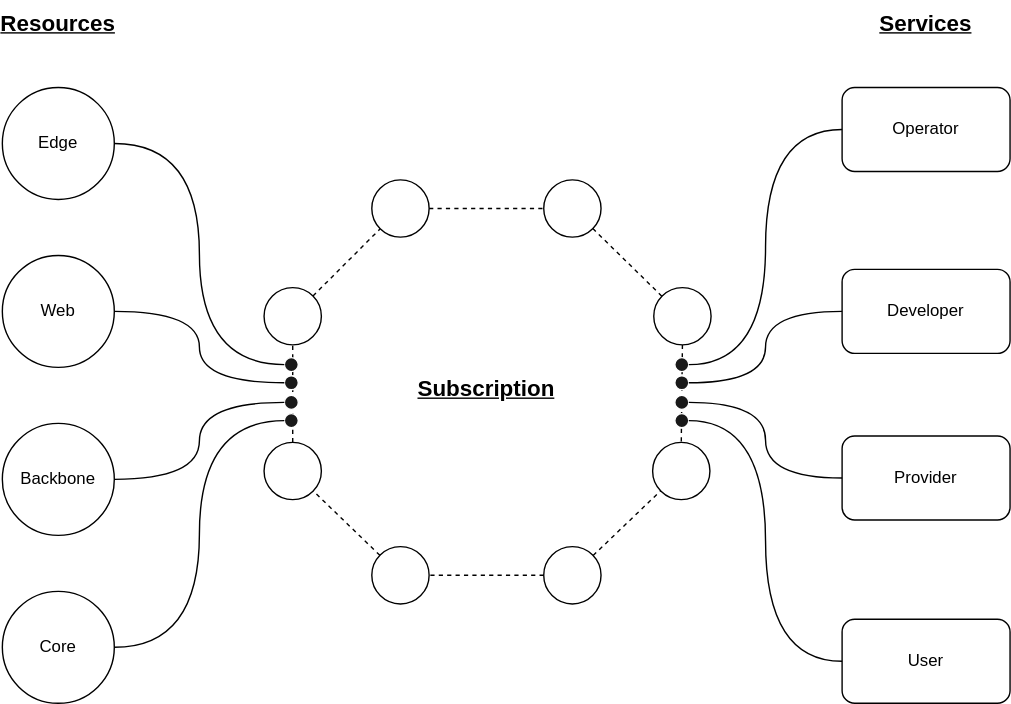
This is content/pictures/sdp-platform.svg from torstenboettjer/hcops.github.io, a draw.io export, as it was before one commit. Source tidied: cells renumbered, new cells last; positions are measured from the earlier drawing's top-left corner, leaving out a move shared by most shapes. Source of this version:
```xml
<mxGraphModel>
  <root>
    <mxCell id="0" />
    <mxCell id="1" value="Image" parent="0" />
    <mxCell id="2" style="group;fontColor=#FFFFFF;fillColor=none;strokeColor=none;" parent="1" vertex="1">
      <mxGeometry x="187" y="128" width="319.4" height="303" as="geometry" />
    </mxCell>
    <mxCell id="3" style="ellipse;whiteSpace=wrap;html=1;fontColor=#FFFFFF;strokeColor=#FFFFFF;fillColor=none;" parent="2" vertex="1">
      <mxGeometry x="77" width="40.9" height="40.9" as="geometry" />
    </mxCell>
    <mxCell id="4" style="ellipse;whiteSpace=wrap;html=1;fontColor=#FFFFFF;strokeColor=#FFFFFF;fillColor=none;" parent="2" vertex="1">
      <mxGeometry x="199.8" width="40.9" height="40.9" as="geometry" />
    </mxCell>
    <mxCell id="5" style="ellipse;whiteSpace=wrap;html=1;fontColor=#FFFFFF;strokeColor=#FFFFFF;fillColor=none;" parent="2" vertex="1">
      <mxGeometry x="77" y="262.1" width="40.9" height="40.9" as="geometry" />
    </mxCell>
    <mxCell id="6" style="ellipse;whiteSpace=wrap;html=1;fontColor=#FFFFFF;strokeColor=#FFFFFF;fillColor=none;" parent="2" vertex="1">
      <mxGeometry x="199.8" y="262.1" width="40.9" height="40.9" as="geometry" />
    </mxCell>
    <mxCell id="7" style="ellipse;whiteSpace=wrap;html=1;fontColor=#FFFFFF;strokeColor=#FFFFFF;fillColor=none;" parent="2" vertex="1">
      <mxGeometry y="77" width="40.9" height="40.9" as="geometry" />
    </mxCell>
    <mxCell id="8" style="ellipse;whiteSpace=wrap;html=1;fontColor=#FFFFFF;strokeColor=#FFFFFF;fillColor=none;" parent="2" vertex="1">
      <mxGeometry x="278.4" y="77" width="40.9" height="40.9" as="geometry" />
    </mxCell>
    <mxCell id="9" style="ellipse;whiteSpace=wrap;html=1;fontColor=#FFFFFF;strokeColor=#FFFFFF;fillColor=none;" parent="2" vertex="1">
      <mxGeometry y="187.5" width="40.9" height="40.9" as="geometry" />
    </mxCell>
    <mxCell id="10" style="ellipse;whiteSpace=wrap;html=1;fontColor=#FFFFFF;strokeColor=#FFFFFF;fillColor=none;" parent="2" vertex="1">
      <mxGeometry x="277.6" y="187.5" width="40.9" height="40.9" as="geometry" />
    </mxCell>
    <mxCell id="11" value="&lt;span style=&quot;font-family: Helvetica; font-size: 16px; font-style: normal; font-variant-ligatures: normal; font-variant-caps: normal; letter-spacing: normal; orphans: 2; text-indent: 0px; text-transform: none; widows: 2; word-spacing: 0px; -webkit-text-stroke-width: 0px; white-space: normal; float: none; display: inline !important;&quot;&gt;Subscription&lt;/span&gt;" style="text;whiteSpace=wrap;html=1;align=center;fontStyle=5;fontSize=16;fontColor=#FFFFFF;labelBackgroundColor=none;" parent="2" vertex="1">
      <mxGeometry x="118.9" y="132.5" width="80" height="40" as="geometry" />
    </mxCell>
    <mxCell id="12" style="endArrow=none;dashed=1;html=1;rounded=0;strokeColor=#FFFFFF;" parent="2" edge="1" source="7" target="3">
      <mxGeometry relative="1" as="geometry" />
    </mxCell>
    <mxCell id="13" style="endArrow=none;dashed=1;html=1;rounded=0;strokeColor=#FFFFFF;" parent="2" edge="1" source="3" target="4">
      <mxGeometry relative="1" as="geometry" />
    </mxCell>
    <mxCell id="14" style="endArrow=none;dashed=1;html=1;rounded=0;strokeColor=#FFFFFF;" parent="2" edge="1" source="4" target="8">
      <mxGeometry relative="1" as="geometry" />
    </mxCell>
    <mxCell id="15" style="endArrow=none;dashed=1;html=1;rounded=0;strokeColor=#FFFFFF;" parent="2" edge="1" source="8" target="10">
      <mxGeometry relative="1" as="geometry" />
    </mxCell>
    <mxCell id="16" style="endArrow=none;dashed=1;html=1;rounded=0;strokeColor=#FFFFFF;" parent="2" edge="1" source="6" target="10">
      <mxGeometry relative="1" as="geometry" />
    </mxCell>
    <mxCell id="17" style="endArrow=none;dashed=1;html=1;rounded=0;strokeColor=#FFFFFF;" parent="2" edge="1" source="6" target="5">
      <mxGeometry relative="1" as="geometry" />
    </mxCell>
    <mxCell id="18" style="endArrow=none;dashed=1;html=1;rounded=0;strokeColor=#FFFFFF;" parent="2" edge="1" source="5" target="9">
      <mxGeometry relative="1" as="geometry" />
    </mxCell>
    <mxCell id="19" style="endArrow=none;dashed=1;html=1;rounded=0;strokeColor=#FFFFFF;" parent="2" edge="1" source="9" target="7">
      <mxGeometry relative="1" as="geometry" />
    </mxCell>
    <mxCell id="20" value="Edge" style="ellipse;whiteSpace=wrap;html=1;fontColor=#FFFFFF;fillColor=none;strokeColor=#FFFFFF;" parent="1" vertex="1">
      <mxGeometry y="62" width="80" height="80" as="geometry" />
    </mxCell>
    <mxCell id="21" value="Web" style="ellipse;whiteSpace=wrap;html=1;fontColor=#FFFFFF;fillColor=none;strokeColor=#FFFFFF;" parent="1" vertex="1">
      <mxGeometry y="182" width="80" height="80" as="geometry" />
    </mxCell>
    <mxCell id="22" value="Backbone" style="ellipse;whiteSpace=wrap;html=1;fontColor=#FFFFFF;fillColor=none;strokeColor=#FFFFFF;" parent="1" vertex="1">
      <mxGeometry y="302" width="80" height="80" as="geometry" />
    </mxCell>
    <mxCell id="23" value="Core" style="ellipse;whiteSpace=wrap;html=1;fontColor=#FFFFFF;fillColor=none;strokeColor=#FFFFFF;" parent="1" vertex="1">
      <mxGeometry y="422" width="80" height="80" as="geometry" />
    </mxCell>
    <mxCell id="24" value="Operator" style="rounded=1;whiteSpace=wrap;html=1;fontColor=#FFFFFF;fillColor=none;strokeColor=#FFFFFF;" parent="1" vertex="1">
      <mxGeometry x="600" y="62" width="120" height="60" as="geometry" />
    </mxCell>
    <mxCell id="25" value="Developer" style="rounded=1;whiteSpace=wrap;html=1;fontColor=#FFFFFF;fillColor=none;strokeColor=#FFFFFF;" parent="1" vertex="1">
      <mxGeometry x="600" y="192" width="120" height="60" as="geometry" />
    </mxCell>
    <mxCell id="26" value="Provider" style="rounded=1;whiteSpace=wrap;html=1;fontColor=#FFFFFF;fillColor=none;strokeColor=#FFFFFF;" parent="1" vertex="1">
      <mxGeometry x="600" y="311" width="120" height="60" as="geometry" />
    </mxCell>
    <mxCell id="27" value="User" style="rounded=1;whiteSpace=wrap;html=1;fontColor=#FFFFFF;fillColor=none;strokeColor=#FFFFFF;" parent="1" vertex="1">
      <mxGeometry x="600" y="442" width="120" height="60" as="geometry" />
    </mxCell>
    <mxCell id="28" value="&lt;span style=&quot;font-family: Helvetica; font-size: 16px; font-style: normal; font-variant-ligatures: normal; font-variant-caps: normal; letter-spacing: normal; orphans: 2; text-indent: 0px; text-transform: none; widows: 2; word-spacing: 0px; -webkit-text-stroke-width: 0px; white-space: normal; float: none; display: inline !important;&quot;&gt;Resources&lt;/span&gt;" style="text;whiteSpace=wrap;html=1;align=center;fontStyle=5;fontSize=16;fontColor=#FFFFFF;labelBackgroundColor=none;" parent="1" vertex="1">
      <mxGeometry width="80" height="40" as="geometry" />
    </mxCell>
    <mxCell id="29" value="&lt;span style=&quot;font-family: Helvetica; font-size: 16px; font-style: normal; font-variant-ligatures: normal; font-variant-caps: normal; letter-spacing: normal; orphans: 2; text-indent: 0px; text-transform: none; widows: 2; word-spacing: 0px; -webkit-text-stroke-width: 0px; white-space: normal; float: none; display: inline !important;&quot;&gt;Services&lt;/span&gt;" style="text;whiteSpace=wrap;html=1;align=center;fontStyle=5;fontSize=16;fontColor=#FFFFFF;labelBackgroundColor=none;" parent="1" vertex="1">
      <mxGeometry x="620" width="80" height="40" as="geometry" />
    </mxCell>
    <mxCell id="30" style="group;fontColor=#FFFFFF;" parent="1" vertex="1">
      <mxGeometry x="201.5" y="255" width="10" height="50" as="geometry" />
    </mxCell>
    <mxCell id="31" style="ellipse;whiteSpace=wrap;html=1;fillColor=#E6E6E6;fontColor=#FFFFFF;" parent="30" vertex="1">
      <mxGeometry y="13" width="10" height="10" as="geometry" />
    </mxCell>
    <mxCell id="32" style="ellipse;whiteSpace=wrap;html=1;fillColor=#E6E6E6;fontColor=#FFFFFF;" parent="30" vertex="1">
      <mxGeometry y="27" width="10" height="10" as="geometry" />
    </mxCell>
    <mxCell id="33" style="ellipse;whiteSpace=wrap;html=1;fillColor=#E6E6E6;fontColor=#FFFFFF;" parent="30" vertex="1">
      <mxGeometry y="40" width="10" height="10" as="geometry" />
    </mxCell>
    <mxCell id="34" style="ellipse;whiteSpace=wrap;html=1;fillColor=#E6E6E6;fontColor=#FFFFFF;" parent="30" vertex="1">
      <mxGeometry width="10" height="10" as="geometry" />
    </mxCell>
    <mxCell id="35" style="group;fontColor=#FFFFFF;" parent="1" vertex="1">
      <mxGeometry x="480.5" y="255" width="10" height="50" as="geometry" />
    </mxCell>
    <mxCell id="36" style="ellipse;whiteSpace=wrap;html=1;fillColor=#E6E6E6;fontColor=#FFFFFF;" parent="35" vertex="1">
      <mxGeometry y="13" width="10" height="10" as="geometry" />
    </mxCell>
    <mxCell id="37" style="ellipse;whiteSpace=wrap;html=1;fillColor=#E6E6E6;fontColor=#FFFFFF;" parent="35" vertex="1">
      <mxGeometry y="27" width="10" height="10" as="geometry" />
    </mxCell>
    <mxCell id="38" style="ellipse;whiteSpace=wrap;html=1;fillColor=#E6E6E6;fontColor=#FFFFFF;" parent="35" vertex="1">
      <mxGeometry y="40" width="10" height="10" as="geometry" />
    </mxCell>
    <mxCell id="39" style="ellipse;whiteSpace=wrap;html=1;fillColor=#E6E6E6;fontColor=#FFFFFF;" parent="35" vertex="1">
      <mxGeometry width="10" height="10" as="geometry" />
    </mxCell>
    <mxCell id="40" style="edgeStyle=orthogonalEdgeStyle;rounded=0;jettySize=auto;html=1;exitX=1;exitY=0.5;exitDx=0;exitDy=0;entryX=0;entryY=0.5;entryDx=0;entryDy=0;curved=1;endSize=4;startSize=4;endArrow=none;endFill=0;fontColor=#FFFFFF;strokeColor=#FFFFFF;" parent="1" edge="1" source="36" target="25">
      <mxGeometry relative="1" as="geometry" />
    </mxCell>
    <mxCell id="41" style="edgeStyle=orthogonalEdgeStyle;rounded=0;jettySize=auto;html=1;exitX=1;exitY=0.5;exitDx=0;exitDy=0;entryX=0;entryY=0.5;entryDx=0;entryDy=0;curved=1;endSize=4;endArrow=none;endFill=0;fontColor=#FFFFFF;strokeColor=#FFFFFF;" parent="1" edge="1" source="39" target="24">
      <mxGeometry relative="1" as="geometry" />
    </mxCell>
    <mxCell id="42" style="edgeStyle=orthogonalEdgeStyle;rounded=0;jettySize=auto;html=1;exitX=1;exitY=0.5;exitDx=0;exitDy=0;entryX=0;entryY=0.5;entryDx=0;entryDy=0;curved=1;endSize=4;startSize=4;endArrow=none;endFill=0;fontColor=#FFFFFF;strokeColor=#FFFFFF;" parent="1" edge="1" source="37" target="26">
      <mxGeometry relative="1" as="geometry" />
    </mxCell>
    <mxCell id="43" style="edgeStyle=orthogonalEdgeStyle;rounded=0;jettySize=auto;html=1;exitX=1;exitY=0.5;exitDx=0;exitDy=0;entryX=0;entryY=0.5;entryDx=0;entryDy=0;curved=1;endSize=4;startSize=4;endArrow=none;endFill=0;fontColor=#FFFFFF;strokeColor=#FFFFFF;" parent="1" edge="1" source="38" target="27">
      <mxGeometry relative="1" as="geometry" />
    </mxCell>
    <mxCell id="44" style="edgeStyle=orthogonalEdgeStyle;rounded=0;jettySize=auto;html=1;entryX=0;entryY=0.5;entryDx=0;entryDy=0;curved=1;endSize=4;endArrow=none;endFill=0;fontColor=#FFFFFF;strokeColor=#FFFFFF;" parent="1" edge="1" source="20" target="34">
      <mxGeometry relative="1" as="geometry" />
    </mxCell>
    <mxCell id="45" style="edgeStyle=orthogonalEdgeStyle;rounded=0;jettySize=auto;html=1;entryX=0;entryY=0.5;entryDx=0;entryDy=0;curved=1;endSize=4;endArrow=none;endFill=0;fontColor=#FFFFFF;strokeColor=#FFFFFF;" parent="1" edge="1" source="21" target="31">
      <mxGeometry relative="1" as="geometry" />
    </mxCell>
    <mxCell id="46" style="edgeStyle=orthogonalEdgeStyle;rounded=0;jettySize=auto;html=1;entryX=0;entryY=0.5;entryDx=0;entryDy=0;curved=1;endSize=4;endArrow=none;endFill=0;fontColor=#FFFFFF;strokeColor=#FFFFFF;" parent="1" edge="1" source="22" target="32">
      <mxGeometry relative="1" as="geometry" />
    </mxCell>
    <mxCell id="47" style="edgeStyle=orthogonalEdgeStyle;rounded=0;jettySize=auto;html=1;entryX=0;entryY=0.5;entryDx=0;entryDy=0;curved=1;endSize=4;endArrow=none;endFill=0;fontColor=#FFFFFF;strokeColor=#FFFFFF;" parent="1" edge="1" source="23" target="33">
      <mxGeometry relative="1" as="geometry" />
    </mxCell>
  </root>
</mxGraphModel>
```
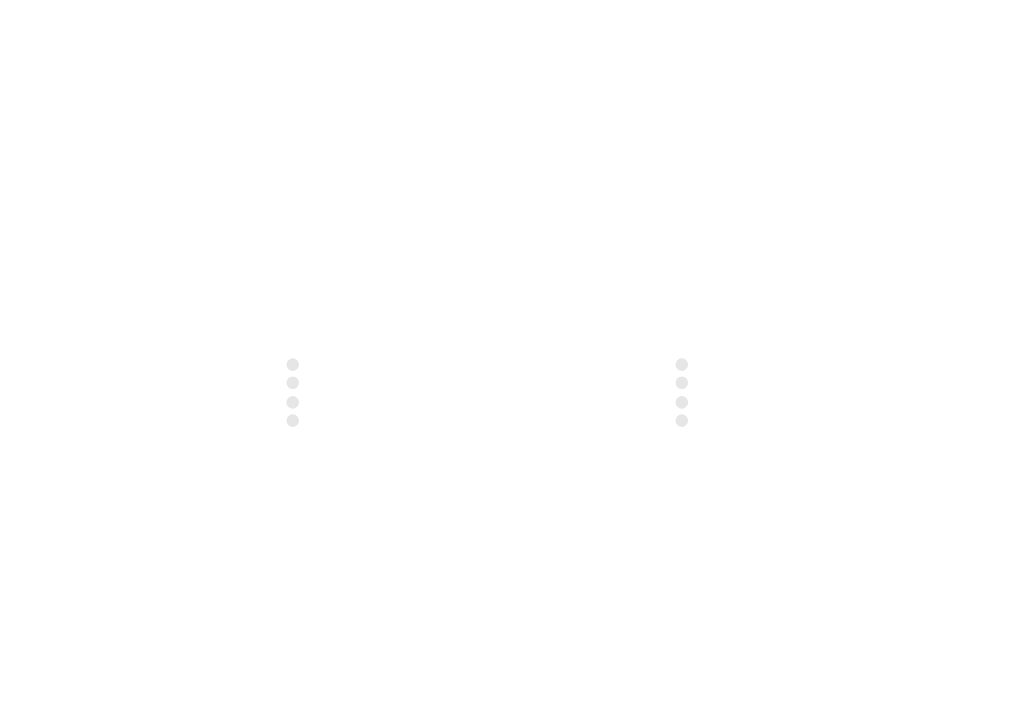
After the change.

Change to the diagram source:
```diff
@@ -87,33 +87,33 @@
       <mxGeometry x="620" width="80" height="40" as="geometry" />
     </mxCell>
     <mxCell id="30" style="group;fontColor=#FFFFFF;" parent="1" vertex="1">
-      <mxGeometry x="201.5" y="255" width="10" height="50" as="geometry" />
+      <mxGeometry x="202.5" y="255" width="10" height="50" as="geometry" />
     </mxCell>
-    <mxCell id="31" style="ellipse;whiteSpace=wrap;html=1;fillColor=#E6E6E6;fontColor=#FFFFFF;" parent="30" vertex="1">
+    <mxCell id="31" style="ellipse;whiteSpace=wrap;html=1;fillColor=#E6E6E6;fontColor=#FFFFFF;strokeColor=#FFFFFF;" parent="30" vertex="1">
       <mxGeometry y="13" width="10" height="10" as="geometry" />
     </mxCell>
-    <mxCell id="32" style="ellipse;whiteSpace=wrap;html=1;fillColor=#E6E6E6;fontColor=#FFFFFF;" parent="30" vertex="1">
+    <mxCell id="32" style="ellipse;whiteSpace=wrap;html=1;fillColor=#E6E6E6;fontColor=#FFFFFF;strokeColor=#FFFFFF;" parent="30" vertex="1">
       <mxGeometry y="27" width="10" height="10" as="geometry" />
     </mxCell>
-    <mxCell id="33" style="ellipse;whiteSpace=wrap;html=1;fillColor=#E6E6E6;fontColor=#FFFFFF;" parent="30" vertex="1">
+    <mxCell id="33" style="ellipse;whiteSpace=wrap;html=1;fillColor=#E6E6E6;fontColor=#FFFFFF;strokeColor=#FFFFFF;" parent="30" vertex="1">
       <mxGeometry y="40" width="10" height="10" as="geometry" />
     </mxCell>
-    <mxCell id="34" style="ellipse;whiteSpace=wrap;html=1;fillColor=#E6E6E6;fontColor=#FFFFFF;" parent="30" vertex="1">
+    <mxCell id="34" style="ellipse;whiteSpace=wrap;html=1;fillColor=#E6E6E6;fontColor=#FFFFFF;strokeColor=#FFFFFF;" parent="30" vertex="1">
       <mxGeometry width="10" height="10" as="geometry" />
     </mxCell>
     <mxCell id="35" style="group;fontColor=#FFFFFF;" parent="1" vertex="1">
       <mxGeometry x="480.5" y="255" width="10" height="50" as="geometry" />
     </mxCell>
-    <mxCell id="36" style="ellipse;whiteSpace=wrap;html=1;fillColor=#E6E6E6;fontColor=#FFFFFF;" parent="35" vertex="1">
+    <mxCell id="36" style="ellipse;whiteSpace=wrap;html=1;fillColor=#E6E6E6;fontColor=#FFFFFF;strokeColor=#FFFFFF;" parent="35" vertex="1">
       <mxGeometry y="13" width="10" height="10" as="geometry" />
     </mxCell>
-    <mxCell id="37" style="ellipse;whiteSpace=wrap;html=1;fillColor=#E6E6E6;fontColor=#FFFFFF;" parent="35" vertex="1">
+    <mxCell id="37" style="ellipse;whiteSpace=wrap;html=1;fillColor=#E6E6E6;fontColor=#FFFFFF;strokeColor=#FFFFFF;" parent="35" vertex="1">
       <mxGeometry y="27" width="10" height="10" as="geometry" />
     </mxCell>
-    <mxCell id="38" style="ellipse;whiteSpace=wrap;html=1;fillColor=#E6E6E6;fontColor=#FFFFFF;" parent="35" vertex="1">
+    <mxCell id="38" style="ellipse;whiteSpace=wrap;html=1;fillColor=#E6E6E6;fontColor=#FFFFFF;strokeColor=#FFFFFF;" parent="35" vertex="1">
       <mxGeometry y="40" width="10" height="10" as="geometry" />
     </mxCell>
-    <mxCell id="39" style="ellipse;whiteSpace=wrap;html=1;fillColor=#E6E6E6;fontColor=#FFFFFF;" parent="35" vertex="1">
+    <mxCell id="39" style="ellipse;whiteSpace=wrap;html=1;fillColor=#E6E6E6;fontColor=#FFFFFF;strokeColor=#FFFFFF;" parent="35" vertex="1">
       <mxGeometry width="10" height="10" as="geometry" />
     </mxCell>
     <mxCell id="40" style="edgeStyle=orthogonalEdgeStyle;rounded=0;jettySize=auto;html=1;exitX=1;exitY=0.5;exitDx=0;exitDy=0;entryX=0;entryY=0.5;entryDx=0;entryDy=0;curved=1;endSize=4;startSize=4;endArrow=none;endFill=0;fontColor=#FFFFFF;strokeColor=#FFFFFF;" parent="1" edge="1" source="36" target="25">
```
